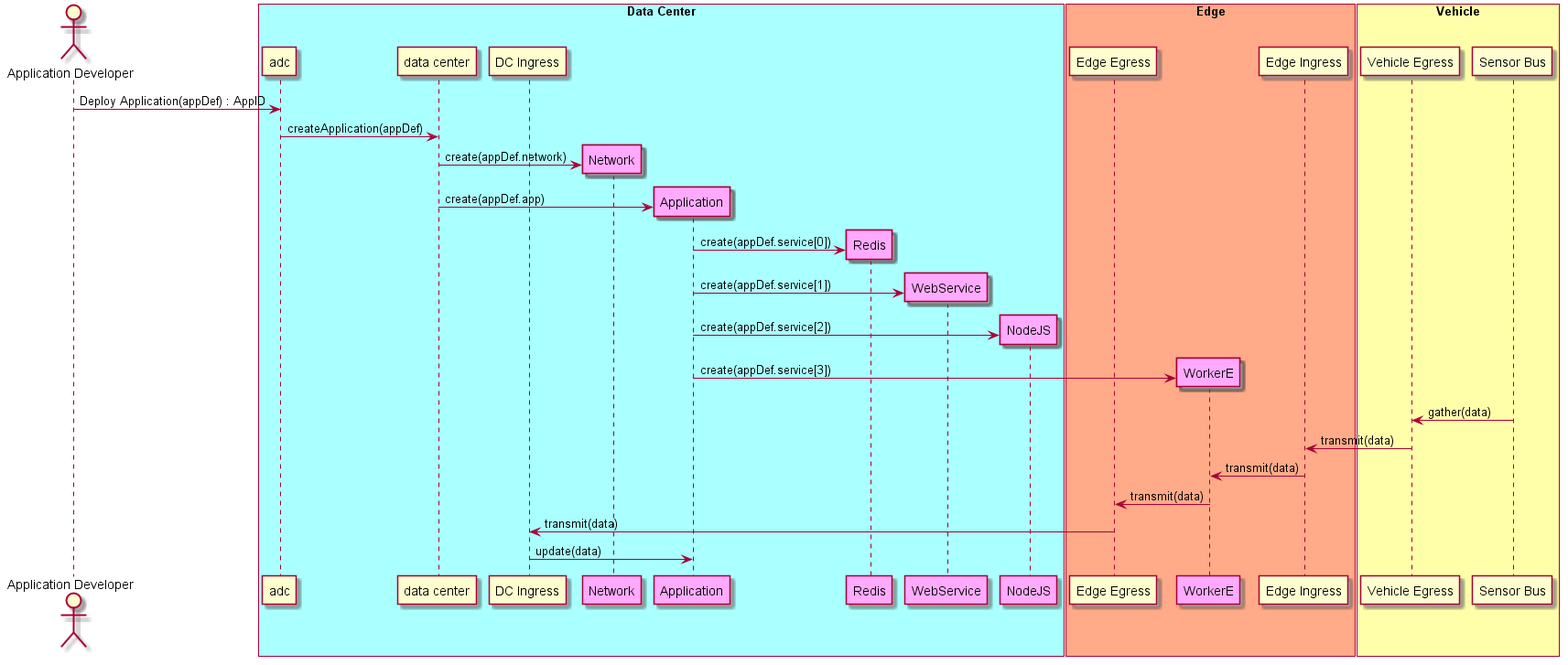
CAADE/ADC keeps this PlantUML diagram as docs/UseCases/Manage-Applications/Deploy-Complex-Application-DC-and-Edge.png. Above is the earlier version.
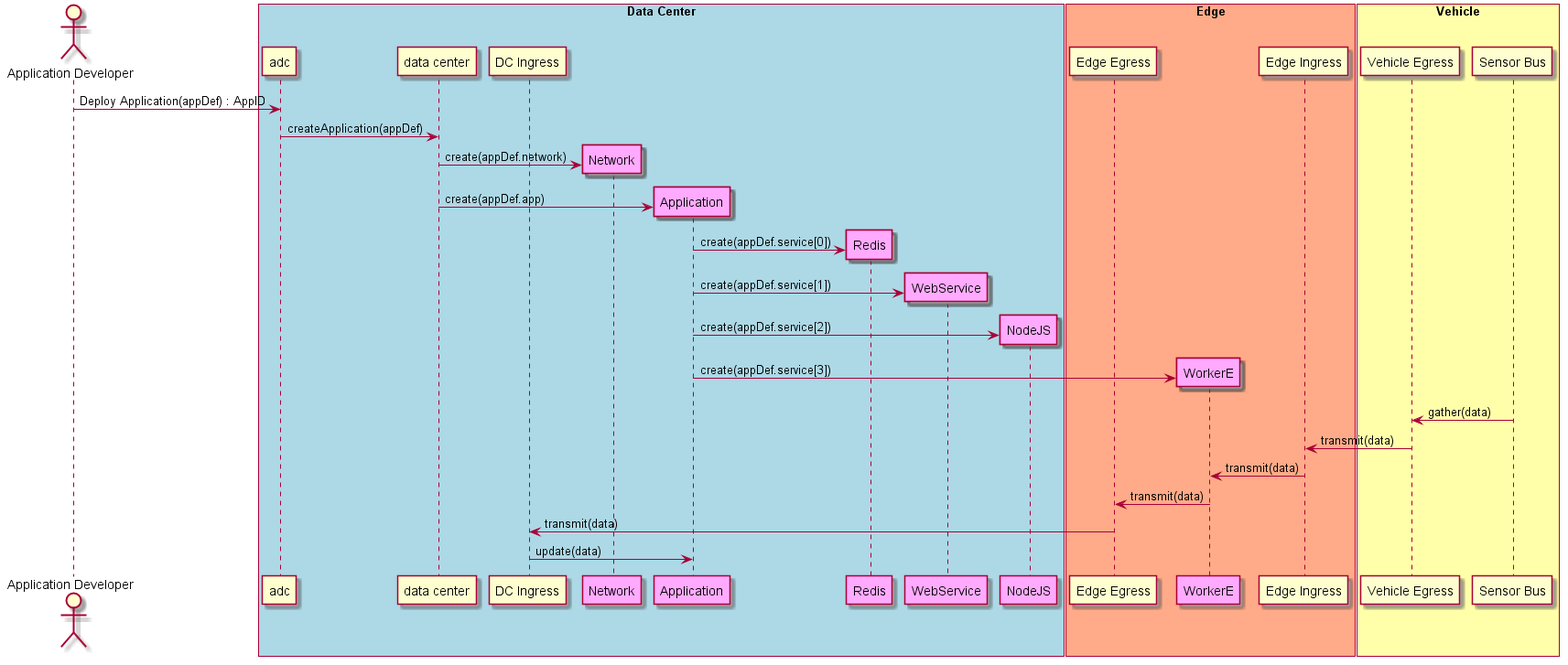
After the change.

What changed in the source:
```diff
@@ -1,7 +1,7 @@
 @startuml
 Actor "Application Developer" as dev
 
-box "Data Center" #aaffff
+box "Data Center" #lightblue
     participant "adc" as S
     participant "data center" as DC
     participant "DC Ingress" as DCI
```
